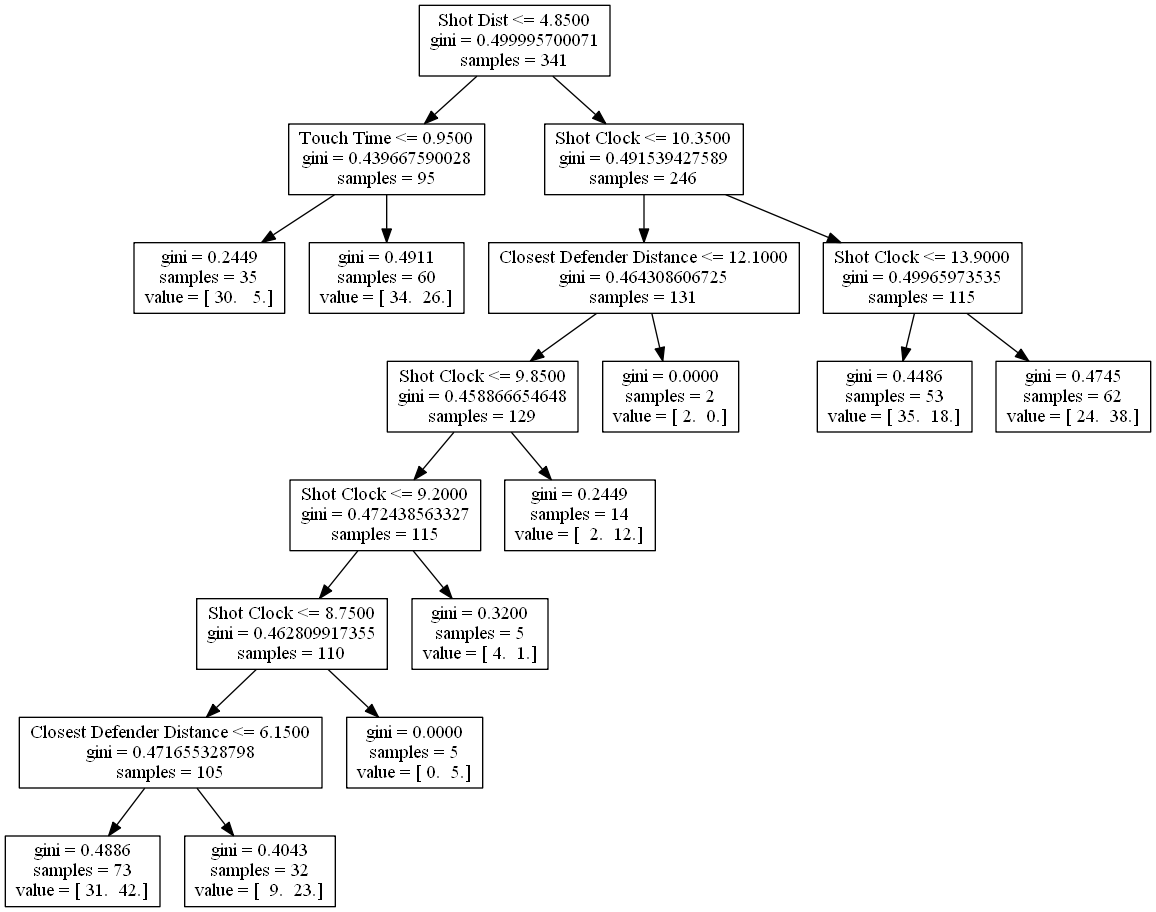
bveber/Analyze_NBA keeps this Graphviz diagram as blake_griffin.png. Above is the earlier version. Its source is kept beside it as blake_griffin.dot.
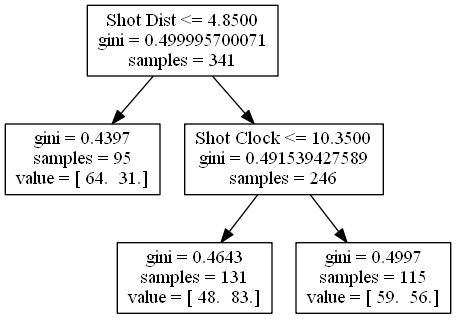
After the commit.

Diff of the diagram source:
```diff
@@ -1,39 +1,11 @@
 digraph Tree {
 0 [label="Shot Dist <= 4.8500\ngini = 0.499995700071\nsamples = 341", shape="box"] ;
-1 [label="Touch Time <= 0.9500\ngini = 0.439667590028\nsamples = 95", shape="box"] ;
+1 [label="gini = 0.4397\nsamples = 95\nvalue = [ 64.  31.]", shape="box"] ;
 0 -> 1 ;
-2 [label="gini = 0.2449\nsamples = 35\nvalue = [ 30.   5.]", shape="box"] ;
-1 -> 2 ;
-3 [label="gini = 0.4911\nsamples = 60\nvalue = [ 34.  26.]", shape="box"] ;
-1 -> 3 ;
-4 [label="Shot Clock <= 10.3500\ngini = 0.491539427589\nsamples = 246", shape="box"] ;
-0 -> 4 ;
-5 [label="Closest Defender Distance <= 12.1000\ngini = 0.464308606725\nsamples = 131", shape="box"] ;
-4 -> 5 ;
-6 [label="Shot Clock <= 9.8500\ngini = 0.458866654648\nsamples = 129", shape="box"] ;
-5 -> 6 ;
-7 [label="Shot Clock <= 9.2000\ngini = 0.472438563327\nsamples = 115", shape="box"] ;
-6 -> 7 ;
-8 [label="Shot Clock <= 8.7500\ngini = 0.462809917355\nsamples = 110", shape="box"] ;
-7 -> 8 ;
-9 [label="Closest Defender Distance <= 6.1500\ngini = 0.471655328798\nsamples = 105", shape="box"] ;
-8 -> 9 ;
-10 [label="gini = 0.4886\nsamples = 73\nvalue = [ 31.  42.]", shape="box"] ;
-9 -> 10 ;
-11 [label="gini = 0.4043\nsamples = 32\nvalue = [  9.  23.]", shape="box"] ;
-9 -> 11 ;
-12 [label="gini = 0.0000\nsamples = 5\nvalue = [ 0.  5.]", shape="box"] ;
-8 -> 12 ;
-13 [label="gini = 0.3200\nsamples = 5\nvalue = [ 4.  1.]", shape="box"] ;
-7 -> 13 ;
-14 [label="gini = 0.2449\nsamples = 14\nvalue = [  2.  12.]", shape="box"] ;
-6 -> 14 ;
-15 [label="gini = 0.0000\nsamples = 2\nvalue = [ 2.  0.]", shape="box"] ;
-5 -> 15 ;
-16 [label="Shot Clock <= 13.9000\ngini = 0.49965973535\nsamples = 115", shape="box"] ;
-4 -> 16 ;
-17 [label="gini = 0.4486\nsamples = 53\nvalue = [ 35.  18.]", shape="box"] ;
-16 -> 17 ;
-18 [label="gini = 0.4745\nsamples = 62\nvalue = [ 24.  38.]", shape="box"] ;
-16 -> 18 ;
+2 [label="Shot Clock <= 10.3500\ngini = 0.491539427589\nsamples = 246", shape="box"] ;
+0 -> 2 ;
+3 [label="gini = 0.4643\nsamples = 131\nvalue = [ 48.  83.]", shape="box"] ;
+2 -> 3 ;
+4 [label="gini = 0.4997\nsamples = 115\nvalue = [ 59.  56.]", shape="box"] ;
+2 -> 4 ;
 }
```
